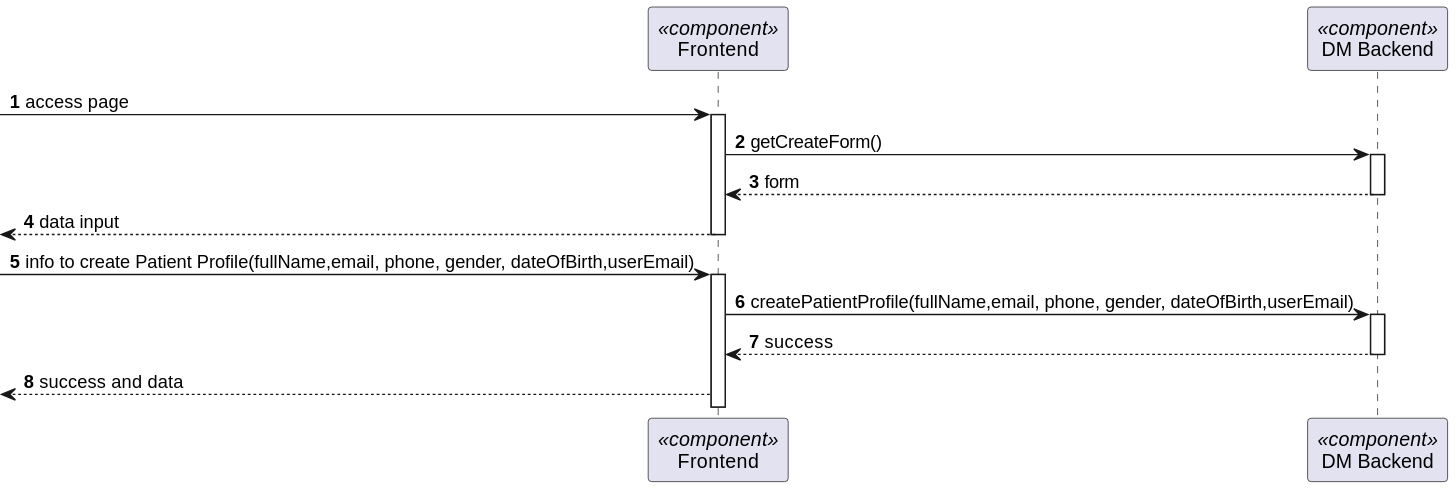
The PlantUML diagram docs/BackofficeModule/5.1.3/sequence-diagram-2.svg in Ana-Miguel-Silva/SurgicalAppointmentAndResourceManagement, before a commit.
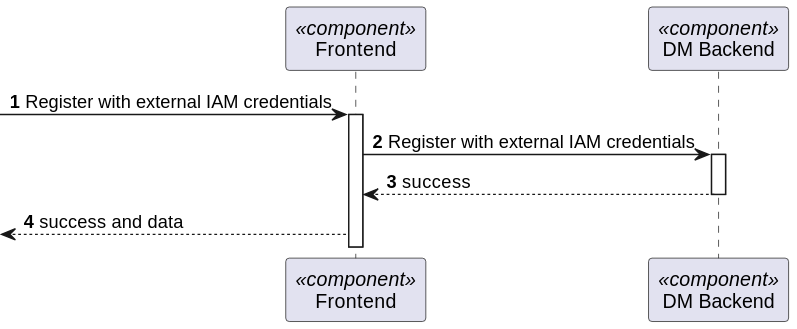
Above is the later version.

Diff of the diagram source:
```diff
@@ -9,17 +9,10 @@
 
 
 
- -> FE: access page
+
+-> FE : Register with external IAM credentials
 activate FE
-FE -> BE: getCreateForm()
-activate BE
-BE --> FE: form
-deactivate BE
-<-- FE   : data input
-deactivate FE
--> FE : info to create Patient Profile(fullName,email, phone, gender, dateOfBirth,userEmail)
-activate FE
-FE -> BE : createPatientProfile(fullName,email, phone, gender, dateOfBirth,userEmail)
+FE -> BE : Register with external IAM credentials
 activate BE
 BE --> FE: success
 deactivate BE
```
